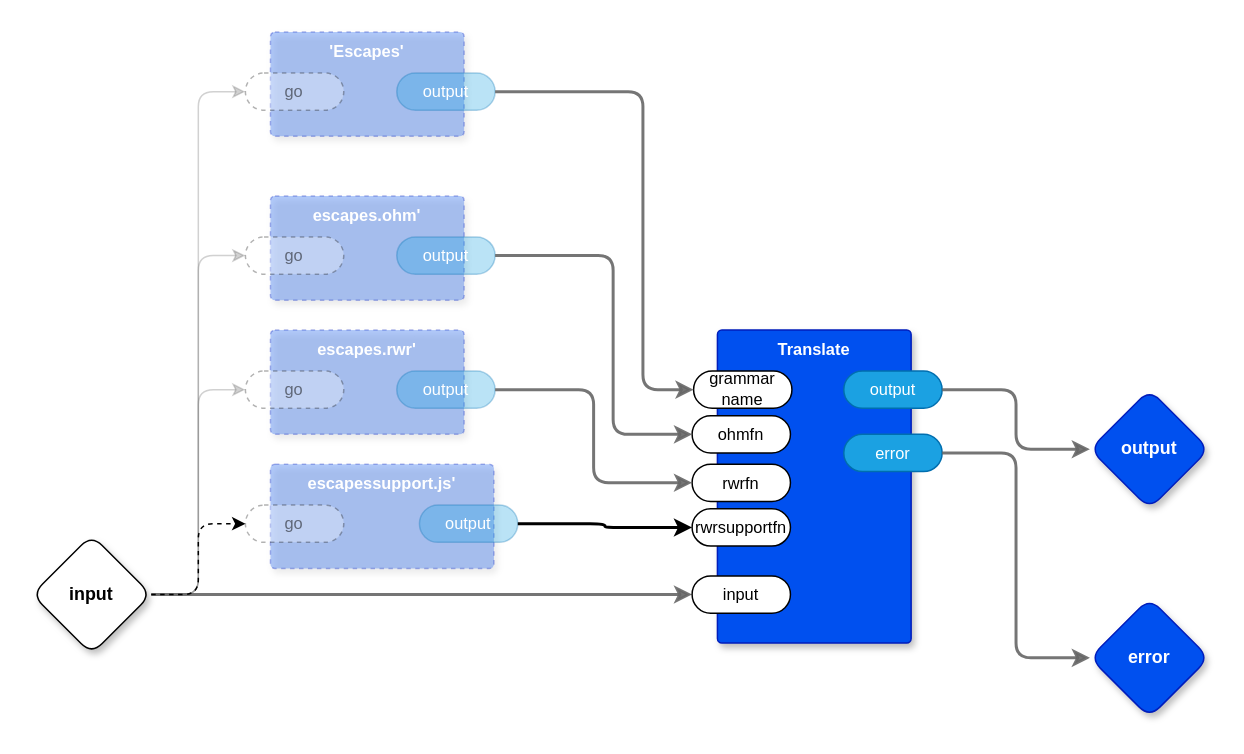
The draw.io diagram page "Escape Whitespace" (3 of 11) of preprocess/preprocess.drawio in guitarvydas/ceptre, before the edit. Source tidied: cells renumbered, new cells numbered last; positions are measured from the earlier drawing's top-left corner, leaving out a move shared by most shapes. Both pictures are drawn from the tidied source at 149%, with x=0, y=0 at pixel (31, 31).
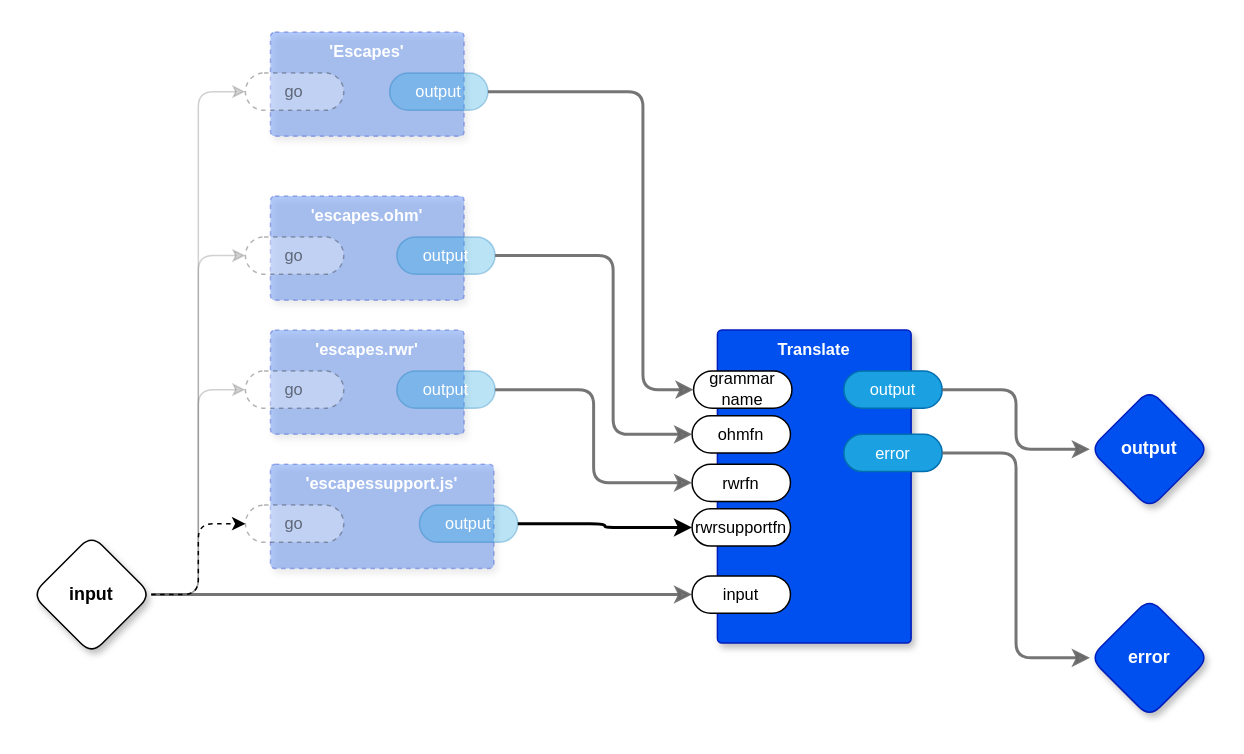
After the change.

The change refers to these unchanged cells:
```xml
<mxCell id="28" value="'Escapes'" style="rounded=1;whiteSpace=wrap;html=1;sketch=0;verticalAlign=top;arcSize=6;fontStyle=1;absoluteArcSize=1;shadow=1;strokeColor=#001DBC;fillColor=#0050ef;fontColor=#ffffff;fontFamily=Helvetica;fontSize=11;dashed=1;opacity=30;" parent="1" vertex="1">
  <mxGeometry x="160" width="130" height="70" as="geometry" />
</mxCell>
```

Diff of the diagram source:
```diff
@@
-    <mxCell id="2" value="escapes.rwr'" style="rounded=1;whiteSpace=wrap;html=1;sketch=0;verticalAlign=top;arcSize=6;fontStyle=1;absoluteArcSize=1;shadow=1;strokeColor=#001DBC;fillColor=#0050ef;fontColor=#ffffff;fontFamily=Helvetica;fontSize=11;dashed=1;opacity=30;" parent="1" vertex="1">
+    <mxCell id="2" value="'escapes.rwr'" style="rounded=1;whiteSpace=wrap;html=1;sketch=0;verticalAlign=top;arcSize=6;fontStyle=1;absoluteArcSize=1;shadow=1;strokeColor=#001DBC;fillColor=#0050ef;fontColor=#ffffff;fontFamily=Helvetica;fontSize=11;dashed=1;opacity=30;" parent="1" vertex="1">
       <mxGeometry x="160" y="200" width="130" height="70" as="geometry" />
     </mxCell>
@@
-    <mxCell id="5" value="escapes.ohm'" style="rounded=1;whiteSpace=wrap;html=1;sketch=0;verticalAlign=top;arcSize=6;fontStyle=1;absoluteArcSize=1;shadow=1;strokeColor=#001DBC;fillColor=#0050ef;fontColor=#ffffff;fontFamily=Helvetica;fontSize=11;dashed=1;opacity=30;" parent="1" vertex="1">
+    <mxCell id="5" value="'escapes.ohm'" style="rounded=1;whiteSpace=wrap;html=1;sketch=0;verticalAlign=top;arcSize=6;fontStyle=1;absoluteArcSize=1;shadow=1;strokeColor=#001DBC;fillColor=#0050ef;fontColor=#ffffff;fontFamily=Helvetica;fontSize=11;dashed=1;opacity=30;" parent="1" vertex="1">
       <mxGeometry x="160" y="110" width="130" height="70" as="geometry" />
     </mxCell>
@@
     <mxCell id="30" value="output" style="rounded=1;whiteSpace=wrap;html=1;sketch=0;points=[[0,0.5,0,0,0],[1,0.5,0,0,0]];fillColor=#1ba1e2;fontColor=#ffffff;strokeColor=#006EAF;arcSize=50;fontFamily=Helvetica;fontSize=11;opacity=30;" parent="28" vertex="1">
-      <mxGeometry x="84.8" y="27.5" width="66" height="25" as="geometry" />
+      <mxGeometry x="80" y="27.5" width="66" height="25" as="geometry" />
     </mxCell>
@@
-    <mxCell id="32" value="escapessupport.js'" style="rounded=1;whiteSpace=wrap;html=1;sketch=0;verticalAlign=top;arcSize=6;fontStyle=1;absoluteArcSize=1;shadow=1;strokeColor=#001DBC;fillColor=#0050ef;fontColor=#ffffff;fontFamily=Helvetica;fontSize=11;dashed=1;opacity=30;" parent="1" vertex="1">
+    <mxCell id="32" value="'escapessupport.js'" style="rounded=1;whiteSpace=wrap;html=1;sketch=0;verticalAlign=top;arcSize=6;fontStyle=1;absoluteArcSize=1;shadow=1;strokeColor=#001DBC;fillColor=#0050ef;fontColor=#ffffff;fontFamily=Helvetica;fontSize=11;dashed=1;opacity=30;" parent="1" vertex="1">
       <mxGeometry x="160" y="290" width="150" height="70" as="geometry" />
     </mxCell>
```
